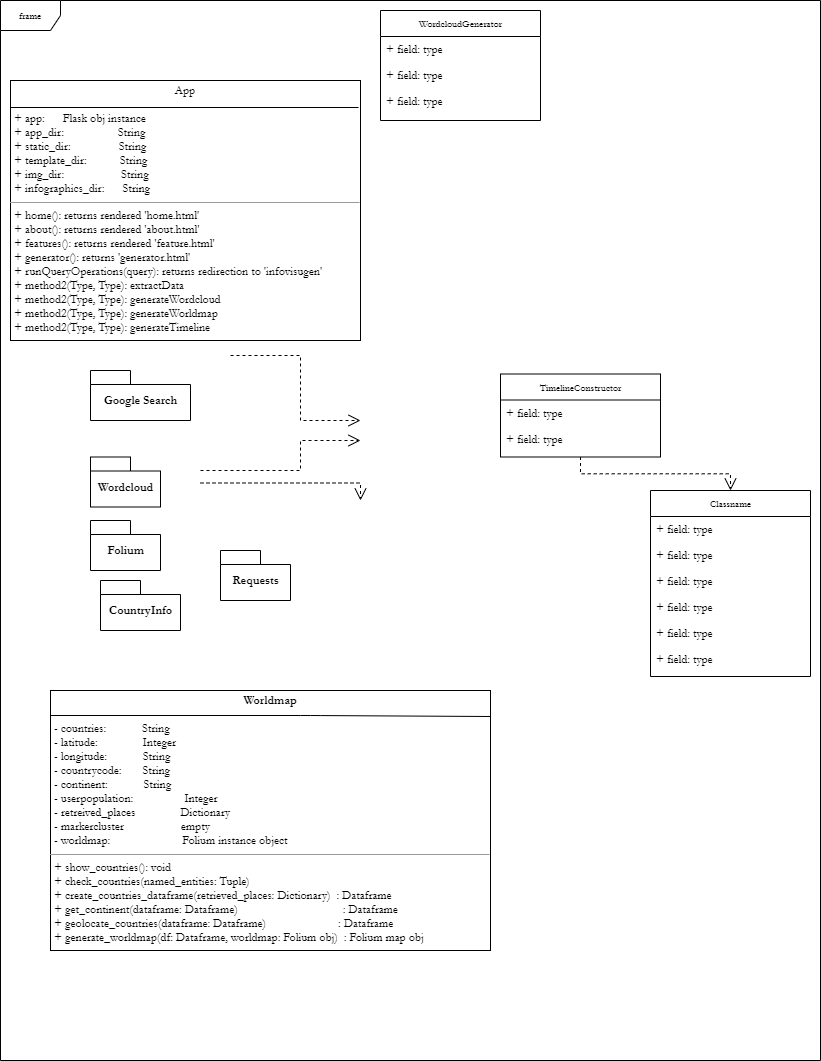
Above: Documentation/Design/GIFT-UML-Diagram.png in John8790909/Generating-Infographics-from-Text (draw.io), before the change. Source tidied: cells renumbered, new cells last; positions are measured from the earlier drawing's top-left corner, leaving out a move shared by most shapes.
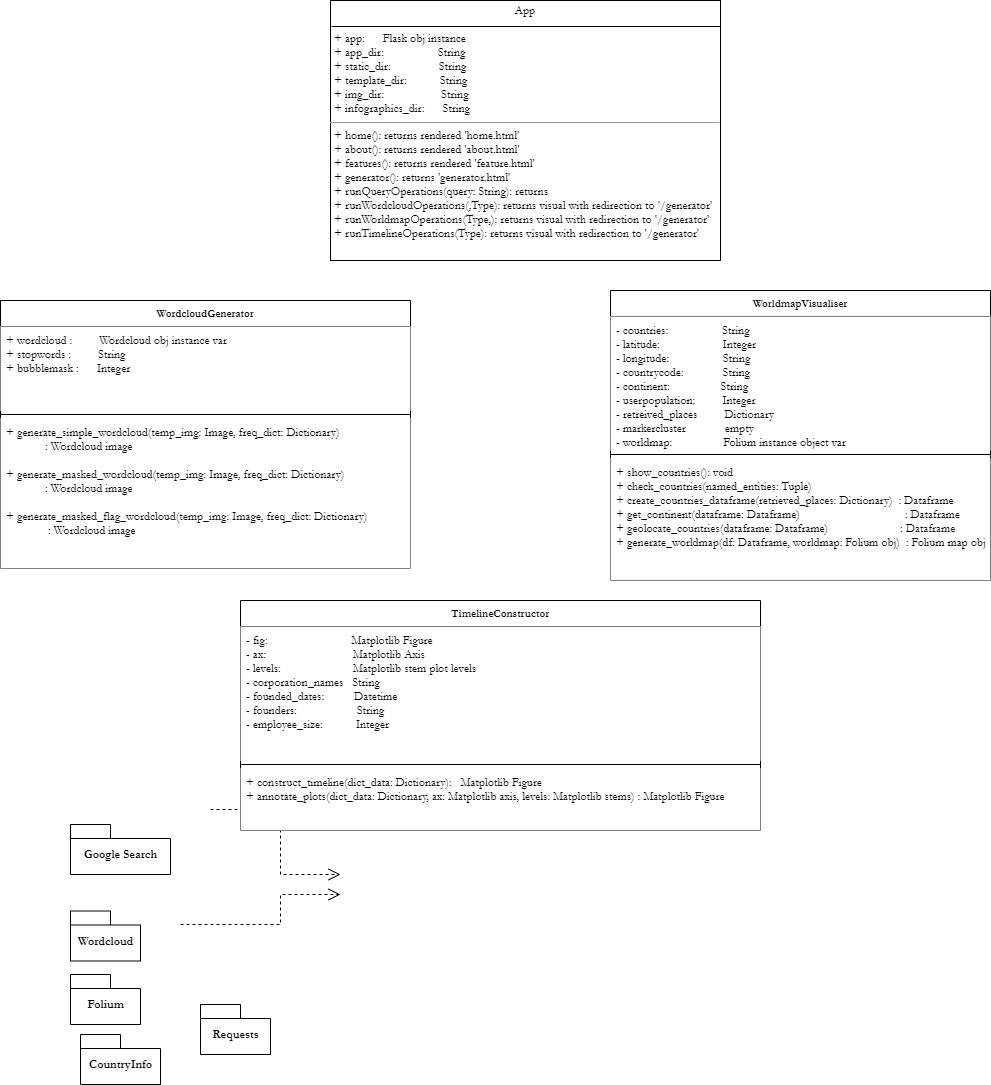
Later version of the same file.

The edit, as a diff of the source:
```diff
@@ -2,54 +2,6 @@
   <root>
     <mxCell id="0" />
     <mxCell id="1" parent="0" />
-    <mxCell id="2" value="frame" style="shape=umlFrame;whiteSpace=wrap;html=1;rounded=0;shadow=0;comic=0;labelBackgroundColor=none;strokeWidth=1;fontFamily=Garamond;fontSize=10;align=center;" parent="1" vertex="1">
-      <mxGeometry width="820" height="1060" as="geometry" />
-    </mxCell>
-    <mxCell id="3" value="Classname" style="swimlane;html=1;fontStyle=0;horizontal=1;startSize=26;fillColor=none;swimlaneFillColor=#ffffff;rounded=0;shadow=0;comic=0;labelBackgroundColor=none;strokeWidth=1;fontFamily=Garamond;fontSize=10;align=center;" parent="1" vertex="1">
-      <mxGeometry x="650" y="490" width="160" height="186" as="geometry" />
-    </mxCell>
-    <mxCell id="4" value="+ field: type" style="text;html=1;strokeColor=none;fillColor=none;align=left;verticalAlign=top;spacingLeft=4;spacingRight=4;whiteSpace=wrap;overflow=hidden;fontFamily=Garamond;" parent="3" vertex="1">
-      <mxGeometry y="26" width="160" height="26" as="geometry" />
-    </mxCell>
-    <mxCell id="5" value="+ field: type" style="text;html=1;strokeColor=none;fillColor=none;align=left;verticalAlign=top;spacingLeft=4;spacingRight=4;whiteSpace=wrap;overflow=hidden;fontFamily=Garamond;" parent="3" vertex="1">
-      <mxGeometry y="52" width="160" height="26" as="geometry" />
-    </mxCell>
-    <mxCell id="6" value="+ field: type" style="text;html=1;strokeColor=none;fillColor=none;align=left;verticalAlign=top;spacingLeft=4;spacingRight=4;whiteSpace=wrap;overflow=hidden;fontFamily=Garamond;" parent="3" vertex="1">
-      <mxGeometry y="78" width="160" height="26" as="geometry" />
-    </mxCell>
-    <mxCell id="7" value="+ field: type" style="text;html=1;strokeColor=none;fillColor=none;align=left;verticalAlign=top;spacingLeft=4;spacingRight=4;whiteSpace=wrap;overflow=hidden;fontFamily=Garamond;" parent="3" vertex="1">
-      <mxGeometry y="104" width="160" height="26" as="geometry" />
-    </mxCell>
-    <mxCell id="8" value="+ field: type" style="text;html=1;strokeColor=none;fillColor=none;align=left;verticalAlign=top;spacingLeft=4;spacingRight=4;whiteSpace=wrap;overflow=hidden;fontFamily=Garamond;" parent="3" vertex="1">
-      <mxGeometry y="130" width="160" height="26" as="geometry" />
-    </mxCell>
-    <mxCell id="9" value="+ field: type" style="text;html=1;strokeColor=none;fillColor=none;align=left;verticalAlign=top;spacingLeft=4;spacingRight=4;whiteSpace=wrap;overflow=hidden;fontFamily=Garamond;" parent="3" vertex="1">
-      <mxGeometry y="156" width="160" height="26" as="geometry" />
-    </mxCell>
-    <mxCell id="10" value="WordcloudGenerator" style="swimlane;html=1;fontStyle=0;horizontal=1;startSize=26;fillColor=none;swimlaneFillColor=#ffffff;rounded=0;shadow=0;comic=0;labelBackgroundColor=none;strokeWidth=1;fontFamily=Garamond;fontSize=10;align=center;" parent="1" vertex="1">
-      <mxGeometry x="380" y="10" width="160" height="110" as="geometry" />
-    </mxCell>
-    <mxCell id="11" value="+ field: type" style="text;html=1;strokeColor=none;fillColor=none;align=left;verticalAlign=top;spacingLeft=4;spacingRight=4;whiteSpace=wrap;overflow=hidden;fontFamily=Garamond;" parent="10" vertex="1">
-      <mxGeometry y="26" width="160" height="26" as="geometry" />
-    </mxCell>
-    <mxCell id="12" value="+ field: type" style="text;html=1;strokeColor=none;fillColor=none;align=left;verticalAlign=top;spacingLeft=4;spacingRight=4;whiteSpace=wrap;overflow=hidden;fontFamily=Garamond;" parent="10" vertex="1">
-      <mxGeometry y="52" width="160" height="26" as="geometry" />
-    </mxCell>
-    <mxCell id="13" value="+ field: type" style="text;html=1;strokeColor=none;fillColor=none;align=left;verticalAlign=top;spacingLeft=4;spacingRight=4;whiteSpace=wrap;overflow=hidden;fontFamily=Garamond;" parent="10" vertex="1">
-      <mxGeometry y="78" width="160" height="26" as="geometry" />
-    </mxCell>
-    <mxCell id="14" style="edgeStyle=orthogonalEdgeStyle;rounded=0;html=1;dashed=1;labelBackgroundColor=none;startFill=0;endArrow=open;endFill=0;endSize=10;fontFamily=Garamond;fontSize=10;" parent="1" edge="1" source="15" target="3">
-      <mxGeometry relative="1" as="geometry" />
-    </mxCell>
-    <mxCell id="15" value="TimelineConstructor" style="swimlane;html=1;fontStyle=0;horizontal=1;startSize=26;fillColor=none;swimlaneFillColor=#ffffff;rounded=0;shadow=0;comic=0;labelBackgroundColor=none;strokeWidth=1;fontFamily=Garamond;fontSize=10;align=center;" parent="1" vertex="1">
-      <mxGeometry x="500" y="373.5" width="160" height="83" as="geometry" />
-    </mxCell>
-    <mxCell id="16" value="+ field: type" style="text;html=1;strokeColor=none;fillColor=none;align=left;verticalAlign=top;spacingLeft=4;spacingRight=4;whiteSpace=wrap;overflow=hidden;fontFamily=Garamond;" parent="15" vertex="1">
-      <mxGeometry y="26" width="160" height="26" as="geometry" />
-    </mxCell>
-    <mxCell id="17" value="+ field: type" style="text;html=1;strokeColor=none;fillColor=none;align=left;verticalAlign=top;spacingLeft=4;spacingRight=4;whiteSpace=wrap;overflow=hidden;fontFamily=Garamond;" parent="15" vertex="1">
-      <mxGeometry y="52" width="160" height="26" as="geometry" />
-    </mxCell>
     <mxCell id="18" style="edgeStyle=orthogonalEdgeStyle;rounded=0;html=1;exitX=1;exitY=0.75;dashed=1;labelBackgroundColor=none;startFill=0;endArrow=open;endFill=0;endSize=10;fontFamily=Garamond;fontSize=10;" parent="1" edge="1">
       <mxGeometry relative="1" as="geometry">
         <mxPoint x="230" y="355" as="sourcePoint" />
@@ -70,15 +22,6 @@
         </Array>
       </mxGeometry>
     </mxCell>
-    <mxCell id="20" style="edgeStyle=orthogonalEdgeStyle;rounded=0;html=1;dashed=1;labelBackgroundColor=none;startFill=0;endArrow=open;endFill=0;endSize=10;fontFamily=Garamond;fontSize=10;" parent="1" edge="1">
-      <mxGeometry relative="1" as="geometry">
-        <mxPoint x="200" y="482.5" as="sourcePoint" />
-        <mxPoint x="360" y="500" as="targetPoint" />
-      </mxGeometry>
-    </mxCell>
-    <mxCell id="21" value="&lt;p style=&quot;margin: 0px ; margin-top: 4px ; text-align: center&quot;&gt;App&lt;br&gt;&lt;/p&gt;&lt;p style=&quot;margin: 0px ; margin-left: 4px&quot;&gt;&lt;br&gt;&lt;/p&gt;&lt;p style=&quot;margin: 0px ; margin-left: 4px&quot;&gt;+ app:&amp;nbsp; &amp;nbsp; &amp;nbsp; Flask obj instance&lt;br&gt;+ app_dir:&amp;nbsp; &amp;nbsp; &amp;nbsp; &amp;nbsp; &amp;nbsp; &amp;nbsp; &amp;nbsp; &amp;nbsp; &amp;nbsp; String&lt;/p&gt;&lt;p style=&quot;margin: 0px ; margin-left: 4px&quot;&gt;+ static_dir:&amp;nbsp; &amp;nbsp; &amp;nbsp; &amp;nbsp; &amp;nbsp; &amp;nbsp; &amp;nbsp; &amp;nbsp; String&lt;/p&gt;&lt;p style=&quot;margin: 0px ; margin-left: 4px&quot;&gt;+ template_dir:&amp;nbsp; &amp;nbsp; &amp;nbsp; &amp;nbsp; &amp;nbsp; &amp;nbsp;String&lt;/p&gt;&lt;p style=&quot;margin: 0px ; margin-left: 4px&quot;&gt;+ img_dir:&amp;nbsp; &amp;nbsp; &amp;nbsp; &amp;nbsp; &amp;nbsp; &amp;nbsp; &amp;nbsp; &amp;nbsp; &amp;nbsp; &amp;nbsp;String&lt;/p&gt;&lt;p style=&quot;margin: 0px ; margin-left: 4px&quot;&gt;+ infographics_dir:&amp;nbsp; &amp;nbsp; &amp;nbsp; String&lt;/p&gt;&lt;hr size=&quot;1&quot;&gt;&lt;p style=&quot;margin: 0px ; margin-left: 4px&quot;&gt;+ home(): returns rendered 'home.html'&lt;/p&gt;&lt;p style=&quot;margin: 0px ; margin-left: 4px&quot;&gt;+ about(): returns rendered 'about.html'&lt;/p&gt;&lt;p style=&quot;margin: 0px ; margin-left: 4px&quot;&gt;+ features(): returns rendered 'feature.html'&lt;/p&gt;&lt;p style=&quot;margin: 0px ; margin-left: 4px&quot;&gt;+ generator(): returns 'generator.html'&lt;/p&gt;&lt;p style=&quot;margin: 0px ; margin-left: 4px&quot;&gt;+ runQueryOperations(query): returns redirection to 'infovisugen'&lt;br&gt;+ method2(Type, Type): extractData&lt;/p&gt;&lt;p style=&quot;margin: 0px ; margin-left: 4px&quot;&gt;+ method2(Type, Type): generateWordcloud&lt;/p&gt;&lt;p style=&quot;margin: 0px ; margin-left: 4px&quot;&gt;+ method2(Type, Type): generateWorldmap&lt;/p&gt;&lt;p style=&quot;margin: 0px ; margin-left: 4px&quot;&gt;+ method2(Type, Type): generateTimeline&lt;/p&gt;&lt;p style=&quot;margin: 0px ; margin-left: 4px&quot;&gt;&lt;br&gt;&lt;/p&gt;" style="verticalAlign=top;align=left;overflow=fill;fontSize=12;fontFamily=Garamond;html=1;rounded=0;shadow=0;comic=0;labelBackgroundColor=none;strokeWidth=1;" parent="1" vertex="1">
-      <mxGeometry x="10" y="80" width="350" height="260" as="geometry" />
-    </mxCell>
     <mxCell id="22" value="Google Search" style="shape=folder;fontStyle=1;spacingTop=10;tabWidth=40;tabHeight=14;tabPosition=left;html=1;fontFamily=Garamond;" parent="1" vertex="1">
       <mxGeometry x="90" y="370" width="100" height="50" as="geometry" />
     </mxCell>
@@ -94,22 +37,52 @@
     <mxCell id="26" value="Requests" style="shape=folder;fontStyle=1;spacingTop=10;tabWidth=40;tabHeight=14;tabPosition=left;html=1;fontFamily=Garamond;" parent="1" vertex="1">
       <mxGeometry x="220" y="550" width="70" height="50" as="geometry" />
     </mxCell>
-    <mxCell id="27" value="&lt;p style=&quot;margin: 0px ; margin-top: 4px ; text-align: center&quot;&gt;&lt;b&gt;Worldmap&lt;/b&gt;&lt;br&gt;&lt;/p&gt;&lt;p style=&quot;margin: 0px ; margin-left: 4px&quot;&gt;&lt;br&gt;&lt;/p&gt;&lt;p style=&quot;margin: 0px ; margin-left: 4px&quot;&gt;- countries:&amp;nbsp; &amp;nbsp; &amp;nbsp; &amp;nbsp; &amp;nbsp; &amp;nbsp; String&lt;br&gt;- latitude:&amp;nbsp; &amp;nbsp; &amp;nbsp; &amp;nbsp; &amp;nbsp; &amp;nbsp; &amp;nbsp; &amp;nbsp;Integer&lt;/p&gt;&lt;p style=&quot;margin: 0px ; margin-left: 4px&quot;&gt;- longitude:&amp;nbsp; &amp;nbsp; &amp;nbsp; &amp;nbsp; &amp;nbsp; &amp;nbsp; String&lt;/p&gt;&lt;p style=&quot;margin: 0px ; margin-left: 4px&quot;&gt;- countrycode:&amp;nbsp; &amp;nbsp; &amp;nbsp; &amp;nbsp;String&lt;/p&gt;&lt;p style=&quot;margin: 0px ; margin-left: 4px&quot;&gt;- continent:&amp;nbsp; &amp;nbsp; &amp;nbsp; &amp;nbsp; &amp;nbsp; &amp;nbsp; String&lt;/p&gt;&lt;p style=&quot;margin: 0px ; margin-left: 4px&quot;&gt;- userpopulation:&amp;nbsp; &amp;nbsp; &amp;nbsp; &amp;nbsp; &amp;nbsp; &amp;nbsp; &amp;nbsp; &amp;nbsp; &amp;nbsp;Integer&lt;/p&gt;&lt;p style=&quot;margin: 0px ; margin-left: 4px&quot;&gt;- retreived_places&amp;nbsp; &amp;nbsp; &amp;nbsp; &amp;nbsp; &amp;nbsp; &amp;nbsp; &amp;nbsp; &amp;nbsp;Dictionary&lt;/p&gt;&lt;p style=&quot;margin: 0px ; margin-left: 4px&quot;&gt;- markercluster&amp;nbsp; &amp;nbsp; &amp;nbsp; &amp;nbsp; &amp;nbsp; &amp;nbsp; &amp;nbsp; &amp;nbsp; &amp;nbsp; &amp;nbsp;empty&lt;/p&gt;&lt;p style=&quot;margin: 0px ; margin-left: 4px&quot;&gt;- worldmap:&amp;nbsp; &amp;nbsp; &amp;nbsp; &amp;nbsp; &amp;nbsp; &amp;nbsp; &amp;nbsp; &amp;nbsp; &amp;nbsp; &amp;nbsp; &amp;nbsp; &amp;nbsp; Folium instance object&lt;/p&gt;&lt;hr size=&quot;1&quot;&gt;&lt;p style=&quot;margin: 0px ; margin-left: 4px&quot;&gt;+ show_countries(): void&lt;/p&gt;&lt;p style=&quot;margin: 0px ; margin-left: 4px&quot;&gt;+ check_countries(named_entities: Tuple)&lt;/p&gt;&lt;p style=&quot;margin: 0px ; margin-left: 4px&quot;&gt;+ create_countries_dataframe(retrieved_places: Dictionary)&amp;nbsp; : Dataframe&lt;/p&gt;&lt;p style=&quot;margin: 0px ; margin-left: 4px&quot;&gt;&lt;span&gt;+ get_continent(dataframe: Dataframe)&amp;nbsp; &amp;nbsp; &amp;nbsp; &amp;nbsp; &amp;nbsp; &amp;nbsp; &amp;nbsp; &amp;nbsp; &amp;nbsp; &amp;nbsp; &amp;nbsp; &amp;nbsp; &amp;nbsp; &amp;nbsp; &amp;nbsp; &amp;nbsp; &amp;nbsp; &amp;nbsp;: Dataframe&lt;/span&gt;&lt;/p&gt;&lt;p style=&quot;margin: 0px ; margin-left: 4px&quot;&gt;&lt;span&gt;+ geolocate_countries(dataframe: Dataframe)&amp;nbsp; &amp;nbsp; &amp;nbsp; &amp;nbsp; &amp;nbsp; &amp;nbsp; &amp;nbsp; &amp;nbsp; &amp;nbsp; &amp;nbsp; &amp;nbsp; &amp;nbsp; : Dataframe&lt;/span&gt;&lt;/p&gt;&lt;p style=&quot;margin: 0px ; margin-left: 4px&quot;&gt;+ generate_worldmap(df: Dataframe, worldmap: Folium obj)&amp;nbsp; : Folium map obj&lt;/p&gt;&lt;p style=&quot;margin: 0px ; margin-left: 4px&quot;&gt;&lt;br&gt;&lt;/p&gt;&lt;p style=&quot;margin: 0px ; margin-left: 4px&quot;&gt;&lt;br&gt;&lt;/p&gt;" style="verticalAlign=top;align=left;overflow=fill;fontSize=12;fontFamily=Garamond;html=1;rounded=0;shadow=0;comic=0;labelBackgroundColor=none;strokeWidth=1;" parent="1" vertex="1">
-      <mxGeometry x="50" y="690" width="440" height="260" as="geometry" />
-    </mxCell>
-    <mxCell id="28" style="endArrow=none;html=1;fontFamily=Garamond;" parent="1" edge="1">
-      <mxGeometry relative="1" as="geometry">
-        <mxPoint x="50" y="715" as="sourcePoint" />
-        <mxPoint x="490" y="716" as="targetPoint" />
-        <Array as="points">
-          <mxPoint x="310" y="715" />
-        </Array>
-      </mxGeometry>
-    </mxCell>
+    <mxCell id="10" value="WordcloudGenerator" style="swimlane;fontStyle=1;align=center;verticalAlign=top;horizontal=1;startSize=26;fontFamily=Garamond;fontSize=11;labelBackgroundColor=#FFFFFF;" parent="1" vertex="1">
+      <mxGeometry x="20" y="-154" width="410" height="268" as="geometry" />
+    </mxCell>
+    <mxCell id="30" value="+ wordcloud :         Wordcloud obj instance var&#10;+ stopwords :         String&#10;+ bubblemask :      Integer" style="text;strokeColor=none;align=left;verticalAlign=top;spacingLeft=4;spacingRight=4;overflow=hidden;fontFamily=Garamond;fillColor=#ffffff;" parent="10" vertex="1">
+      <mxGeometry y="26" width="410" height="84" as="geometry" />
+    </mxCell>
+    <mxCell id="31" style="line;strokeWidth=1;fillColor=none;align=left;verticalAlign=middle;spacingTop=-1;spacingLeft=3;spacingRight=3;labelPosition=right;" parent="10" vertex="1">
+      <mxGeometry y="110" width="410" height="8" as="geometry" />
+    </mxCell>
+    <mxCell id="32" value="+ generate_simple_wordcloud(temp_img: Image, freq_dict: Dictionary)  &#10;             : Wordcloud image&#10;&#10;+ generate_masked_wordcloud(temp_img: Image, freq_dict: Dictionary)&#10;             : Wordcloud image&#10;&#10;+ generate_masked_flag_wordcloud(temp_img: Image, freq_dict: Dictionary)&#10;              : Wordcloud image" style="text;strokeColor=none;align=left;verticalAlign=top;spacingLeft=4;spacingRight=4;overflow=hidden;fontFamily=Garamond;fillColor=#ffffff;fontSize=12;horizontal=1;" parent="10" vertex="1">
+      <mxGeometry y="118" width="410" height="150" as="geometry" />
+    </mxCell>
+    <mxCell id="33" value="WorldmapVisualiser" style="swimlane;fontStyle=1;align=center;verticalAlign=top;horizontal=1;startSize=26;labelBackgroundColor=#FFFFFF;fontFamily=Garamond;fontSize=11;fillColor=#ffffff;" parent="1" vertex="1">
+      <mxGeometry x="630" y="-164" width="380" height="290" as="geometry" />
+    </mxCell>
+    <mxCell id="34" value="- countries:                  String&#10;- latitude:                     Integer&#10;- longitude:                  String&#10;- countrycode:             String&#10;- continent:                 String&#10;- userpopulation:         Integer&#10;- retreived_places         Dictionary&#10;- markercluster             empty&#10;- worldmap:                 Folium instance object var" style="text;strokeColor=none;align=left;verticalAlign=top;spacingLeft=4;spacingRight=4;overflow=hidden;fontFamily=Garamond;fillColor=#ffffff;" parent="33" vertex="1">
+      <mxGeometry y="26" width="380" height="134" as="geometry" />
+    </mxCell>
+    <mxCell id="35" style="line;strokeWidth=1;fillColor=none;align=left;verticalAlign=middle;spacingTop=-1;spacingLeft=3;spacingRight=3;labelPosition=right;" parent="33" vertex="1">
+      <mxGeometry y="160" width="380" height="8" as="geometry" />
+    </mxCell>
+    <mxCell id="36" value="+ show_countries(): void&#10;+ check_countries(named_entities: Tuple)&#10;+ create_countries_dataframe(retrieved_places: Dictionary)  : Dataframe&#10;+ get_continent(dataframe: Dataframe)                                   : Dataframe&#10;+ geolocate_countries(dataframe: Dataframe)                        : Dataframe&#10;+ generate_worldmap(df: Dataframe, worldmap: Folium obj)  : Folium map obj" style="text;strokeColor=none;align=left;verticalAlign=top;spacingLeft=4;spacingRight=4;overflow=hidden;fontFamily=Garamond;fillColor=#ffffff;" parent="33" vertex="1">
+      <mxGeometry y="168" width="380" height="122" as="geometry" />
+    </mxCell>
+    <mxCell id="15" value="TimelineConstructor" style="swimlane;fontStyle=1;align=center;verticalAlign=top;horizontal=1;startSize=26;labelBackgroundColor=#FFFFFF;fontFamily=Garamond;fontSize=11;fillColor=#ffffff;" parent="1" vertex="1">
+      <mxGeometry x="260" y="146" width="520" height="230" as="geometry" />
+    </mxCell>
+    <mxCell id="37" value="- fig:                            Matplotlib Figure&#10;- ax:                             Matplotlib Axis&#10;- levels:                        Matplotlib stem plot levels&#10;- corporation_names   String&#10;- founded_dates:          Datetime&#10;- founders:                    String&#10;- employee_size:           Integer&#10;" style="text;strokeColor=none;align=left;verticalAlign=top;spacingLeft=4;spacingRight=4;overflow=hidden;fontFamily=Garamond;fillColor=#ffffff;" parent="15" vertex="1">
+      <mxGeometry y="26" width="520" height="134" as="geometry" />
+    </mxCell>
+    <mxCell id="38" style="line;strokeWidth=1;fillColor=none;align=left;verticalAlign=middle;spacingTop=-1;spacingLeft=3;spacingRight=3;labelPosition=right;" parent="15" vertex="1">
+      <mxGeometry y="160" width="520" height="8" as="geometry" />
+    </mxCell>
+    <mxCell id="39" value="+ construct_timeline(dict_data: Dictionary):   Matplotlib Figure&#10;+ annotate_plots(dict_data: Dictionary, ax: Matplotlib axis, levels: Matplotlib stems) : Matplotlib Figure" style="text;strokeColor=none;align=left;verticalAlign=top;spacingLeft=4;spacingRight=4;overflow=hidden;fontFamily=Garamond;fillColor=#ffffff;" parent="15" vertex="1">
+      <mxGeometry y="168" width="520" height="62" as="geometry" />
+    </mxCell>
+    <mxCell id="40" style="group;" parent="1" vertex="1">
+      <mxGeometry x="350" y="-454" width="390" height="260" as="geometry" />
+    </mxCell>
+    <mxCell id="21" value="&lt;p style=&quot;margin: 0px ; margin-top: 4px ; text-align: center&quot;&gt;App&lt;br&gt;&lt;/p&gt;&lt;p style=&quot;margin: 0px ; margin-left: 4px&quot;&gt;&lt;br&gt;&lt;/p&gt;&lt;p style=&quot;margin: 0px ; margin-left: 4px&quot;&gt;+ app:&amp;nbsp; &amp;nbsp; &amp;nbsp; Flask obj instance&lt;br&gt;+ app_dir:&amp;nbsp; &amp;nbsp; &amp;nbsp; &amp;nbsp; &amp;nbsp; &amp;nbsp; &amp;nbsp; &amp;nbsp; &amp;nbsp; String&lt;/p&gt;&lt;p style=&quot;margin: 0px ; margin-left: 4px&quot;&gt;+ static_dir:&amp;nbsp; &amp;nbsp; &amp;nbsp; &amp;nbsp; &amp;nbsp; &amp;nbsp; &amp;nbsp; &amp;nbsp; String&lt;/p&gt;&lt;p style=&quot;margin: 0px ; margin-left: 4px&quot;&gt;+ template_dir:&amp;nbsp; &amp;nbsp; &amp;nbsp; &amp;nbsp; &amp;nbsp; &amp;nbsp;String&lt;/p&gt;&lt;p style=&quot;margin: 0px ; margin-left: 4px&quot;&gt;+ img_dir:&amp;nbsp; &amp;nbsp; &amp;nbsp; &amp;nbsp; &amp;nbsp; &amp;nbsp; &amp;nbsp; &amp;nbsp; &amp;nbsp; &amp;nbsp;String&lt;/p&gt;&lt;p style=&quot;margin: 0px ; margin-left: 4px&quot;&gt;+ infographics_dir:&amp;nbsp; &amp;nbsp; &amp;nbsp; String&lt;/p&gt;&lt;hr size=&quot;1&quot;&gt;&lt;p style=&quot;margin: 0px ; margin-left: 4px&quot;&gt;+ home(): returns rendered 'home.html'&lt;/p&gt;&lt;p style=&quot;margin: 0px ; margin-left: 4px&quot;&gt;+ about(): returns rendered 'about.html'&lt;/p&gt;&lt;p style=&quot;margin: 0px ; margin-left: 4px&quot;&gt;+ features(): returns rendered 'feature.html'&lt;/p&gt;&lt;p style=&quot;margin: 0px ; margin-left: 4px&quot;&gt;+ generator(): returns 'generator.html'&lt;/p&gt;&lt;p style=&quot;margin: 0px ; margin-left: 4px&quot;&gt;+ runQueryOperations(query: String): returns&lt;br&gt;+ runWordcloudOperations(,Type): returns visual with redirection to '/generator'&lt;/p&gt;&lt;p style=&quot;margin: 0px ; margin-left: 4px&quot;&gt;+ runWorldmapOperations(Type,): returns visual with redirection to '/generator'&lt;/p&gt;&lt;p style=&quot;margin: 0px ; margin-left: 4px&quot;&gt;+ runTimelineOperations(Type): returns visual with redirection to '/generator'&lt;/p&gt;" style="verticalAlign=top;align=left;overflow=fill;fontSize=12;fontFamily=Garamond;html=1;rounded=0;shadow=0;comic=0;labelBackgroundColor=none;strokeWidth=1;" parent="40" vertex="1">
+      <mxGeometry width="390" height="260" as="geometry" />
+    </mxCell>
-    <mxCell id="29" style="endArrow=none;html=1;fontFamily=Garamond;" parent="1" edge="1">
+    <mxCell id="29" style="endArrow=none;html=1;fontFamily=Garamond;" parent="40" edge="1">
       <mxGeometry relative="1" as="geometry">
-        <mxPoint x="10" y="107" as="sourcePoint" />
-        <mxPoint x="358" y="107" as="targetPoint" />
+        <mxPoint x="1" y="26" as="sourcePoint" />
+        <mxPoint x="390" y="26" as="targetPoint" />
       </mxGeometry>
     </mxCell>
   </root>
```
